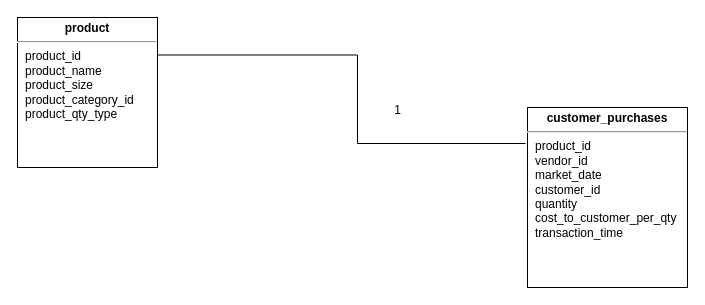
franklinen/sql keeps this draw.io diagram as 02_activities/homework/homework_1.drawio. Above is the earlier version. Source tidied: cells renumbered, new cells numbered last; positions are measured from the earlier drawing's top-left corner, leaving out a move shared by most shapes. Both pictures are drawn from the tidied source at 100%, with x=0, y=0 at pixel (17, 17).
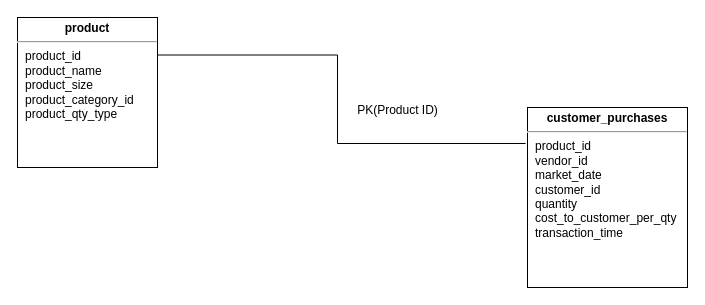
Above is the later version.

Diff of the diagram source:
```diff
@@
 <mxGraphModel>
   <root>
     <mxCell id="0" />
     <mxCell id="1" parent="0" />
     <mxCell id="2" style="edgeStyle=orthogonalEdgeStyle;rounded=0;html=1;exitX=1;exitY=0.25;labelBackgroundColor=none;endArrow=none;endFill=0;endSize=8;fontFamily=Verdana;fontSize=12;align=left;entryX=-0.012;entryY=0.2;entryDx=0;entryDy=0;entryPerimeter=0;" parent="1" edge="1" target="4">
       <mxGeometry relative="1" as="geometry">
         <mxPoint x="130" y="37.5" as="sourcePoint" />
         <Array as="points">
-          <mxPoint x="340" y="38" />
-          <mxPoint x="340" y="126" />
+          <mxPoint x="320" y="38" />
+          <mxPoint x="320" y="126" />
         </Array>
       </mxGeometry>
     </mxCell>
     <mxCell id="3" value="&lt;p style=&quot;margin: 4px 0px 0px; text-align: center;&quot;&gt;&lt;b style=&quot;&quot;&gt;product&lt;/b&gt;&lt;/p&gt;&lt;hr&gt;&lt;p style=&quot;margin: 0px ; margin-left: 8px&quot;&gt;product_id&lt;/p&gt;&lt;p style=&quot;margin: 0px ; margin-left: 8px&quot;&gt;product_name&lt;/p&gt;&lt;p style=&quot;margin: 0px ; margin-left: 8px&quot;&gt;product_size&lt;/p&gt;&lt;p style=&quot;margin: 0px ; margin-left: 8px&quot;&gt;product_category_id&lt;/p&gt;&lt;p style=&quot;margin: 0px ; margin-left: 8px&quot;&gt;product_qty_type&lt;/p&gt;" style="verticalAlign=top;align=left;overflow=fill;fontSize=12;fontFamily=Helvetica;html=1;rounded=0;shadow=0;comic=0;labelBackgroundColor=none;strokeWidth=1;" parent="1" vertex="1">
       <mxGeometry width="140" height="150" as="geometry" />
     </mxCell>
     <mxCell id="4" value="&lt;p style=&quot;margin: 4px 0px 0px; text-align: center;&quot;&gt;&lt;b style=&quot;&quot;&gt;customer_purchases&lt;/b&gt;&lt;/p&gt;&lt;hr&gt;&lt;p style=&quot;margin: 0px ; margin-left: 8px&quot;&gt;product_id&lt;/p&gt;&lt;p style=&quot;margin: 0px ; margin-left: 8px&quot;&gt;vendor_id&lt;/p&gt;&lt;p style=&quot;margin: 0px ; margin-left: 8px&quot;&gt;market_date&lt;/p&gt;&lt;p style=&quot;margin: 0px ; margin-left: 8px&quot;&gt;customer_id&lt;/p&gt;&lt;p style=&quot;margin: 0px ; margin-left: 8px&quot;&gt;quantity&lt;/p&gt;&lt;p style=&quot;margin: 0px ; margin-left: 8px&quot;&gt;cost_to_customer_per_qty&lt;/p&gt;&lt;p style=&quot;margin: 0px ; margin-left: 8px&quot;&gt;transaction_time&lt;/p&gt;&lt;p style=&quot;margin: 0px ; margin-left: 8px&quot;&gt;&lt;br&gt;&lt;/p&gt;" style="verticalAlign=top;align=left;overflow=fill;fontSize=12;fontFamily=Helvetica;html=1;rounded=0;shadow=0;comic=0;labelBackgroundColor=none;strokeWidth=1;" parent="1" vertex="1">
       <mxGeometry x="510" y="90" width="160" height="180" as="geometry" />
     </mxCell>
-    <mxCell id="5" value="1" style="text;html=1;align=center;verticalAlign=middle;strokeColor=none;fillColor=none;" parent="1" vertex="1">
-      <mxGeometry x="365" y="78" width="30" height="30" as="geometry" />
+    <mxCell id="5" value="PK(Product ID)" style="text;html=1;align=center;verticalAlign=middle;strokeColor=none;fillColor=none;" parent="1" vertex="1">
+      <mxGeometry x="330" y="78" width="100" height="30" as="geometry" />
     </mxCell>
   </root>
 </mxGraphModel>
```
